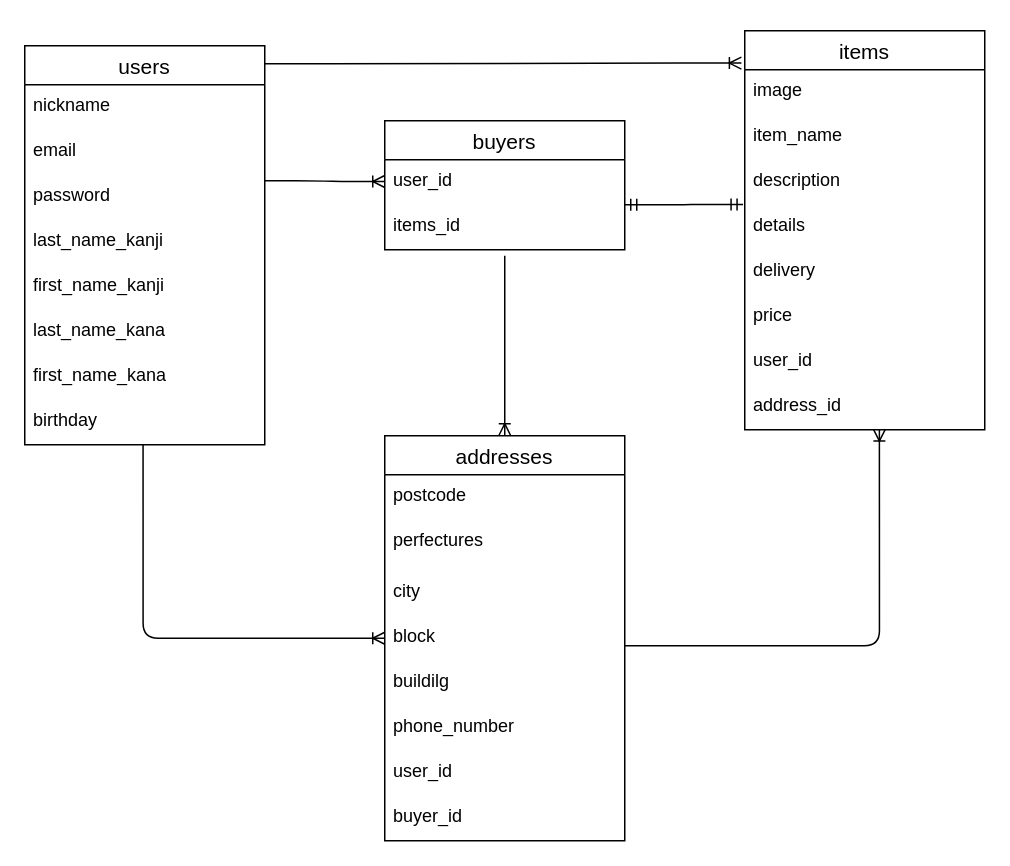
Earlier version of the draw.io diagram test.dio (asakobear11/furima-39299). Source tidied: cells renumbered, new cells numbered last; positions are measured from the earlier drawing's top-left corner, leaving out a move shared by most shapes. Both pictures are drawn from the tidied source at 150%, with x=0, y=0 at pixel (24, 30).
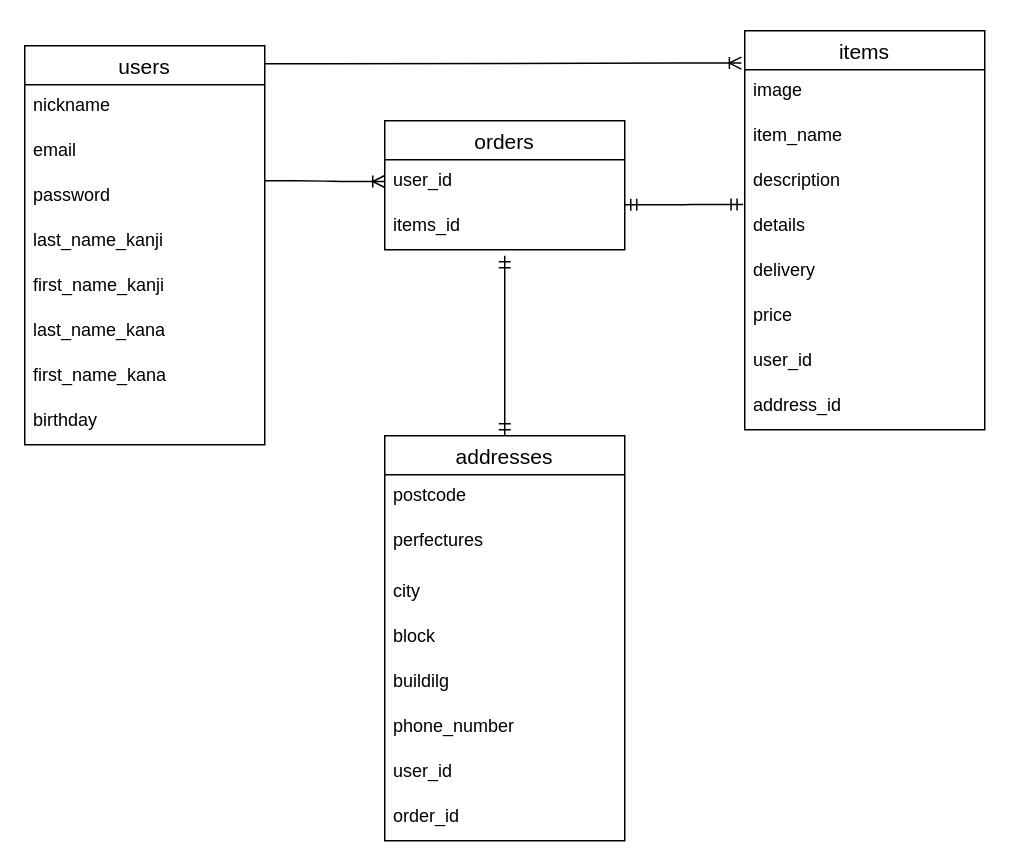
The same page after the edit.

Commit message (it also covers changes not shown here):
データベース設計訂正3

Unchanged cells that the change refers to:
```xml
<mxCell id="10" value="birthday" style="text;strokeColor=none;fillColor=none;spacingLeft=4;spacingRight=4;overflow=hidden;points=[[0,0.5],[1,0.5]];portConstraint=eastwest;fontSize=12;" parent="2" vertex="1">
  <mxGeometry y="236" width="160" height="30" as="geometry" />
</mxCell>
<mxCell id="23" value="address_id" style="text;strokeColor=none;fillColor=none;spacingLeft=4;spacingRight=4;overflow=hidden;points=[[0,0.5],[1,0.5]];portConstraint=eastwest;fontSize=12;" parent="14" vertex="1">
  <mxGeometry y="236" width="160" height="30" as="geometry" />
</mxCell>
<mxCell id="24" value="addresses" style="swimlane;fontStyle=0;horizontal=1;startSize=26;align=center;fontSize=14;" parent="1" vertex="1">
  <mxGeometry x="240" y="270" width="160" height="270" as="geometry" />
</mxCell>
<mxCell id="28" value="block" style="text;strokeColor=none;fillColor=none;spacingLeft=4;spacingRight=4;overflow=hidden;points=[[0,0.5],[1,0.5]];portConstraint=eastwest;fontSize=12;" parent="24" vertex="1">
  <mxGeometry y="120" width="160" height="30" as="geometry" />
</mxCell>
```

What changed in the source:
```diff
@@
-    <mxCell id="11" value="buyers" style="swimlane;fontStyle=0;horizontal=1;startSize=26;align=center;fontSize=14;" parent="1" vertex="1">
+    <mxCell id="11" value="orders" style="swimlane;fontStyle=0;horizontal=1;startSize=26;align=center;fontSize=14;" parent="1" vertex="1">
       <mxGeometry x="240" y="60" width="160" height="86" as="geometry" />
     </mxCell>
@@
-    <mxCell id="32" value="buyer_id" style="text;strokeColor=none;fillColor=none;spacingLeft=4;spacingRight=4;overflow=hidden;fontSize=12;" parent="24" vertex="1">
+    <mxCell id="32" value="order_id" style="text;strokeColor=none;fillColor=none;spacingLeft=4;spacingRight=4;overflow=hidden;fontSize=12;" parent="24" vertex="1">
       <mxGeometry y="240" width="160" height="30" as="geometry" />
     </mxCell>
@@
-    <mxCell id="36" style="edgeStyle=orthogonalEdgeStyle;fontSize=12;html=1;endArrow=ERoneToMany;exitX=0.493;exitY=0.986;exitDx=0;exitDy=0;exitPerimeter=0;entryX=0;entryY=0.5;entryDx=0;entryDy=0;" parent="1" edge="1" source="10" target="28">
-      <mxGeometry relative="1" as="geometry" />
-    </mxCell>
-    <mxCell id="37" style="edgeStyle=orthogonalEdgeStyle;fontSize=12;html=1;endArrow=ERoneToMany;entryX=0.561;entryY=0.986;entryDx=0;entryDy=0;entryPerimeter=0;" parent="1" edge="1" target="23">
-      <mxGeometry relative="1" as="geometry">
-        <mxPoint x="400" y="410" as="sourcePoint" />
-        <Array as="points">
-          <mxPoint x="570" y="410" />
-        </Array>
-      </mxGeometry>
-    </mxCell>
-    <mxCell id="38" style="fontSize=12;html=1;endArrow=ERoneToMany;entryX=0.5;entryY=0;entryDx=0;entryDy=0;" parent="1" edge="1" target="24">
-      <mxGeometry relative="1" as="geometry">
-        <mxPoint x="320" y="150" as="sourcePoint" />
-      </mxGeometry>
-    </mxCell>
+    <mxCell id="39" style="fontSize=12;html=1;endArrow=ERmandOne;startArrow=ERmandOne;exitX=0.5;exitY=0;exitDx=0;exitDy=0;" parent="1" edge="1" source="24">
+      <mxGeometry relative="1" as="geometry">
+        <mxPoint x="320" y="150" as="targetPoint" />
+      </mxGeometry>
+    </mxCell>
```
